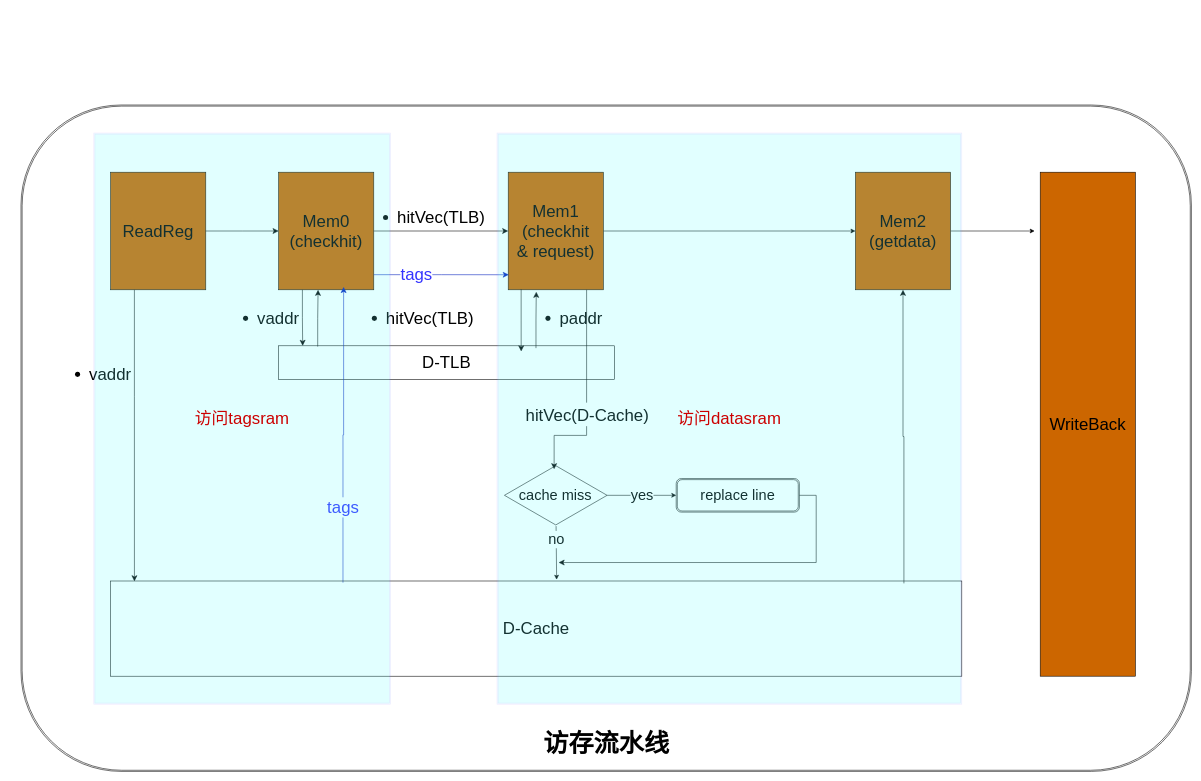
Before: doc/backend.drawio in NoAXI/NoAXI-LoongArch-CPU, a draw.io diagram. Source tidied: cells renumbered, new cells numbered last; positions are measured from the earlier drawing's top-left corner, leaving out a move shared by most shapes. Both pictures are drawn from the tidied source at 56%, with x=0, y=0 at pixel (10, 105).
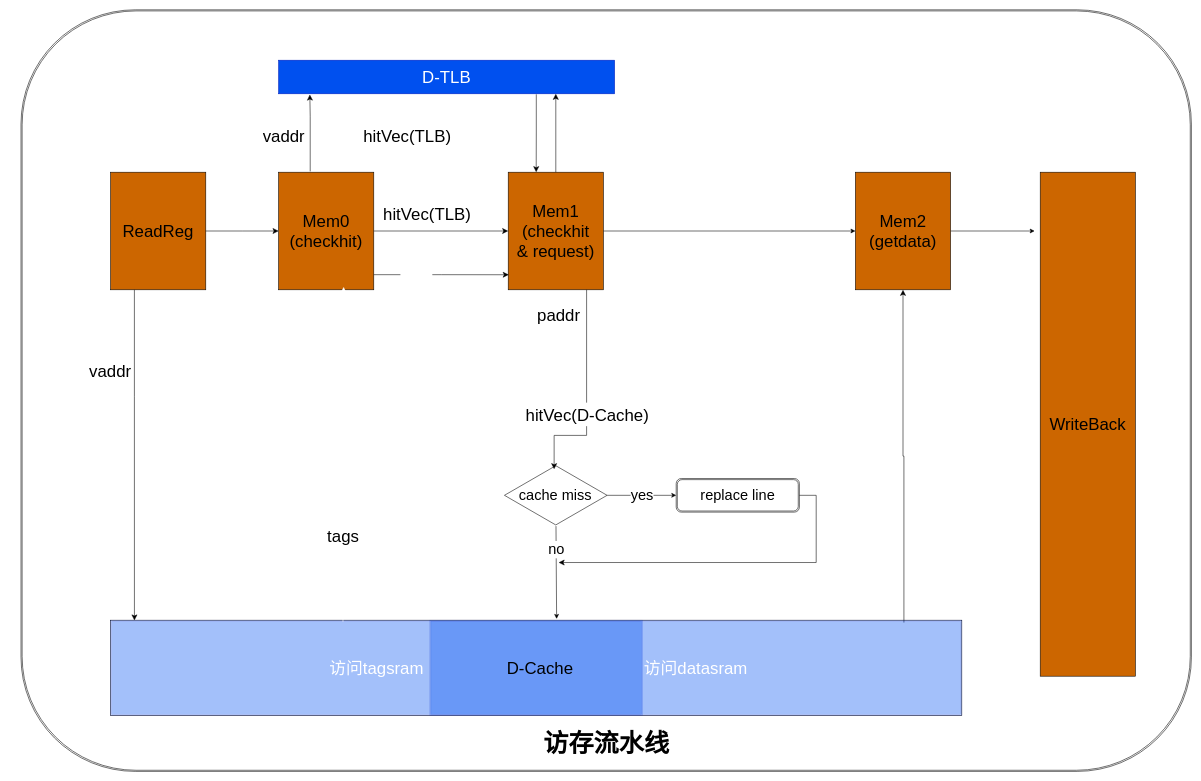
The same page after the edit.

Commit message (it also covers changes not shown here):
feat(memory): send vaddr to tlb, from readreg unit

Unchanged cells that the change refers to:
```xml
<mxCell id="6" value="Mem0&lt;br&gt;(checkhit)" style="rounded=0;whiteSpace=wrap;html=1;strokeColor=default;fontFamily=Helvetica;fontSize=30;fontColor=default;fillColor=#CC6600;gradientColor=none;" parent="1" vertex="1">
  <mxGeometry x="480" y="120" width="170" height="210" as="geometry" />
</mxCell>
<mxCell id="12" value="Mem1&lt;br&gt;(checkhit&lt;br&gt;&amp;amp; request)" style="rounded=0;whiteSpace=wrap;html=1;strokeColor=default;fontFamily=Helvetica;fontSize=30;fontColor=default;fillColor=#CC6600;gradientColor=none;" parent="1" vertex="1">
  <mxGeometry x="890" y="120" width="170" height="210" as="geometry" />
</mxCell>
```

What changed in the source:
```diff
@@
-    <mxCell id="2" style="shape=ext;double=1;rounded=1;whiteSpace=wrap;html=1;strokeColor=default;fontFamily=Helvetica;fontSize=30;fontColor=default;fillColor=default;" parent="1" vertex="1">
-      <mxGeometry x="20" width="2090" height="1190" as="geometry" />
+    <mxCell id="2" style="shape=ext;double=1;rounded=1;whiteSpace=wrap;html=1;fontFamily=Helvetica;fontSize=30;" parent="1" vertex="1">
+      <mxGeometry x="20" y="-170" width="2090" height="1360" as="geometry" />
     </mxCell>
+    <mxCell id="37" style="rounded=0;whiteSpace=wrap;html=1;fontSize=30;gradientColor=none;fillColor=none;" parent="1" vertex="1">
+      <mxGeometry x="180" y="920" width="1520" height="170" as="geometry" />
+    </mxCell>
+    <mxCell id="38" value="&lt;font color=&quot;#ffffff&quot;&gt;访问tagsram&lt;/font&gt;" style="shape=ext;double=1;rounded=0;whiteSpace=wrap;html=1;labelBackgroundColor=none;strokeColor=#001DBC;fontSize=30;fontColor=#ffffff;fillColor=#0050ef;opacity=20;" parent="1" vertex="1">
+      <mxGeometry x="180" y="920" width="950" height="170" as="geometry" />
+    </mxCell>
+    <mxCell id="40" style="edgeStyle=none;html=1;entryX=0.75;entryY=0;entryDx=0;entryDy=0;strokeColor=#FFFFFF;fontColor=default;exitX=0.212;exitY=1.038;exitDx=0;exitDy=0;exitPerimeter=0;" parent="1" edge="1" source="3" target="6">
+      <mxGeometry relative="1" as="geometry" />
+    </mxCell>
-    <mxCell id="3" value="D-TLB" style="rounded=0;whiteSpace=wrap;html=1;fontSize=30;" parent="1" vertex="1">
-      <mxGeometry x="480" y="430" width="600" height="60" as="geometry" />
+    <mxCell id="3" value="D-TLB" style="rounded=0;whiteSpace=wrap;html=1;fontSize=30;fillColor=#0050ef;fontColor=#ffffff;strokeColor=#001DBC;" parent="1" vertex="1">
+      <mxGeometry x="480" y="-80" width="600" height="60" as="geometry" />
     </mxCell>
-    <mxCell id="4" value="&lt;ul&gt;&lt;li&gt;hitVec(TLB)&lt;/li&gt;&lt;/ul&gt;" style="text;strokeColor=none;fillColor=none;html=1;whiteSpace=wrap;verticalAlign=middle;overflow=hidden;rounded=0;fontFamily=Helvetica;fontSize=30;fontColor=default;" parent="1" vertex="1">
-      <mxGeometry x="630" y="330" width="210" height="90" as="geometry" />
-    </mxCell>
@@
-    <mxCell id="7" style="edgeStyle=elbowEdgeStyle;elbow=vertical;endArrow=classic;html=1;curved=0;rounded=0;endSize=8;startSize=8;entryX=0.25;entryY=1;entryDx=0;entryDy=0;exitX=0.712;exitY=0.024;exitDx=0;exitDy=0;exitPerimeter=0;" parent="1" edge="1">
+    <mxCell id="7" style="edgeStyle=elbowEdgeStyle;elbow=vertical;endArrow=classic;html=1;curved=0;rounded=0;endSize=8;startSize=8;entryX=0.093;entryY=1.022;entryDx=0;entryDy=0;entryPerimeter=0;exitX=0.332;exitY=-0.007;exitDx=0;exitDy=0;exitPerimeter=0;" parent="1" edge="1" source="6" target="3">
       <mxGeometry relative="1" as="geometry">
-        <mxPoint x="549.8" y="431.4" as="sourcePoint" />
-        <mxPoint x="550.5" y="330" as="targetPoint" />
+        <Array as="points">
+          <mxPoint x="560" y="20" />
+          <mxPoint x="570" y="40" />
+          <mxPoint x="600" y="60" />
+        </Array>
       </mxGeometry>
     </mxCell>
-    <mxCell id="8" value="&lt;ul&gt;&lt;li&gt;vaddr&lt;/li&gt;&lt;/ul&gt;" style="text;strokeColor=none;fillColor=none;html=1;whiteSpace=wrap;verticalAlign=middle;overflow=hidden;rounded=0;fontFamily=Helvetica;fontSize=30;fontColor=default;" parent="1" vertex="1">
-      <mxGeometry x="400" y="330" width="130" height="90" as="geometry" />
-    </mxCell>
@@
-    <mxCell id="10" value="&lt;ul&gt;&lt;li&gt;hitVec(TLB)&lt;/li&gt;&lt;/ul&gt;" style="text;strokeColor=none;fillColor=none;html=1;whiteSpace=wrap;verticalAlign=middle;overflow=hidden;rounded=0;fontFamily=Helvetica;fontSize=30;fontColor=default;" parent="1" vertex="1">
-      <mxGeometry x="650" y="150" width="230" height="90" as="geometry" />
+    <mxCell id="10" value="hitVec(TLB)" style="text;strokeColor=none;fillColor=none;whiteSpace=wrap;verticalAlign=middle;overflow=hidden;rounded=0;fontFamily=Helvetica;fontSize=30;fontColor=default;html=1;" parent="1" vertex="1">
+      <mxGeometry x="665" y="150" width="230" height="90" as="geometry" />
     </mxCell>
@@
-    <mxCell id="19" value="&lt;ul&gt;&lt;li&gt;vaddr&lt;/li&gt;&lt;/ul&gt;" style="text;strokeColor=none;fillColor=none;html=1;whiteSpace=wrap;verticalAlign=middle;overflow=hidden;rounded=0;fontFamily=Helvetica;fontSize=30;fontColor=default;" parent="1" vertex="1">
-      <mxGeometry x="100" y="430" width="130" height="90" as="geometry" />
+    <mxCell id="19" value="vaddr" style="text;strokeColor=none;fillColor=none;whiteSpace=wrap;verticalAlign=middle;overflow=hidden;rounded=0;fontFamily=Helvetica;fontSize=30;fontColor=default;align=left;html=1;" parent="1" vertex="1">
+      <mxGeometry x="140" y="430" width="90" height="90" as="geometry" />
     </mxCell>
@@
-    <mxCell id="26" style="edgeStyle=elbowEdgeStyle;elbow=vertical;endArrow=classic;html=1;curved=0;rounded=0;endSize=8;startSize=8;fontSize=35;exitX=0.25;exitY=1;exitDx=0;exitDy=0;" parent="1" edge="1" source="6">
-      <mxGeometry relative="1" as="geometry">
-        <mxPoint x="523" y="430" as="targetPoint" />
-      </mxGeometry>
-    </mxCell>
-    <mxCell id="27" value="&lt;ul&gt;&lt;li&gt;paddr&lt;/li&gt;&lt;/ul&gt;" style="text;strokeColor=none;fillColor=none;html=1;whiteSpace=wrap;verticalAlign=middle;overflow=hidden;rounded=0;fontFamily=Helvetica;fontSize=30;fontColor=default;" parent="1" vertex="1">
+    <mxCell id="27" value="paddr" style="text;strokeColor=none;fillColor=none;whiteSpace=wrap;verticalAlign=middle;overflow=hidden;rounded=0;fontFamily=Helvetica;fontSize=30;fontColor=default;html=1;" parent="1" vertex="1">
       <mxGeometry x="940" y="330" width="120" height="90" as="geometry" />
     </mxCell>
-    <mxCell id="28" style="edgeStyle=elbowEdgeStyle;elbow=vertical;endArrow=classic;html=1;curved=0;rounded=0;endSize=8;startSize=8;fontSize=35;entryX=0.295;entryY=1.017;entryDx=0;entryDy=0;entryPerimeter=0;exitX=0.766;exitY=0.07;exitDx=0;exitDy=0;exitPerimeter=0;" parent="1" edge="1" source="3" target="12">
-      <mxGeometry relative="1" as="geometry" />
+    <mxCell id="28" style="edgeStyle=elbowEdgeStyle;elbow=vertical;endArrow=classic;html=1;curved=0;rounded=0;endSize=8;startSize=8;fontSize=35;exitX=0.767;exitY=1.016;exitDx=0;exitDy=0;exitPerimeter=0;" parent="1" edge="1" source="3">
+      <mxGeometry relative="1" as="geometry">
+        <mxPoint x="940" y="120" as="targetPoint" />
+      </mxGeometry>
     </mxCell>
-    <mxCell id="29" style="edgeStyle=elbowEdgeStyle;elbow=vertical;endArrow=classic;html=1;curved=0;rounded=0;endSize=8;startSize=8;fontSize=35;exitX=0.136;exitY=0.995;exitDx=0;exitDy=0;exitPerimeter=0;entryX=0.722;entryY=0.167;entryDx=0;entryDy=0;entryPerimeter=0;" parent="1" edge="1" source="12" target="3">
+    <mxCell id="29" style="edgeStyle=elbowEdgeStyle;elbow=vertical;endArrow=classic;html=1;curved=0;rounded=0;endSize=8;startSize=8;fontSize=35;exitX=0.5;exitY=0;exitDx=0;exitDy=0;entryX=0.825;entryY=1;entryDx=0;entryDy=0;entryPerimeter=0;" parent="1" edge="1" source="12" target="3">
       <mxGeometry relative="1" as="geometry" />
     </mxCell>
@@
-    <mxCell id="32" style="edgeStyle=elbowEdgeStyle;elbow=vertical;endArrow=classic;html=1;curved=0;rounded=0;endSize=8;startSize=8;fontSize=30;entryX=0.683;entryY=0.976;entryDx=0;entryDy=0;entryPerimeter=0;exitX=0.273;exitY=0.017;exitDx=0;exitDy=0;exitPerimeter=0;fillColor=#0050ef;strokeColor=#001DBC;" parent="1" edge="1" source="37" target="6">
+    <mxCell id="32" style="edgeStyle=elbowEdgeStyle;elbow=vertical;endArrow=classic;html=1;curved=0;rounded=0;endSize=8;startSize=8;fontSize=30;entryX=0.683;entryY=0.976;entryDx=0;entryDy=0;entryPerimeter=0;exitX=0.273;exitY=0.017;exitDx=0;exitDy=0;exitPerimeter=0;fillColor=#0050ef;strokeColor=#FFFFFF;" parent="1" edge="1" source="37" target="6">
       <mxGeometry relative="1" as="geometry" />
     </mxCell>
-    <mxCell id="33" value="&lt;font color=&quot;#3333ff&quot;&gt;tags&lt;/font&gt;" style="edgeLabel;html=1;align=center;verticalAlign=middle;fontSize=30;" parent="32" vertex="1">
+    <mxCell id="33" value="&lt;font&gt;tags&lt;/font&gt;" style="edgeLabel;html=1;align=center;verticalAlign=middle;fontSize=30;fontColor=default;" parent="32" vertex="1">
       <mxGeometry x="-0.49" relative="1" as="geometry" />
     </mxCell>
-    <mxCell id="34" style="edgeStyle=elbowEdgeStyle;elbow=horizontal;endArrow=classic;html=1;curved=0;rounded=0;endSize=8;startSize=8;fontSize=30;fontColor=#3333FF;entryX=0.006;entryY=0.872;entryDx=0;entryDy=0;entryPerimeter=0;fillColor=#0050ef;strokeColor=#001DBC;" parent="1" edge="1" target="12">
+    <mxCell id="34" style="edgeStyle=elbowEdgeStyle;elbow=horizontal;endArrow=classic;html=1;curved=0;rounded=0;endSize=8;startSize=8;fontSize=30;fontColor=#FFFFFF;entryX=0.006;entryY=0.872;entryDx=0;entryDy=0;entryPerimeter=0;fillColor=#0050ef;strokeColor=default;" parent="1" edge="1" target="12">
       <mxGeometry relative="1" as="geometry">
         <mxPoint x="650" y="303" as="sourcePoint" />
       </mxGeometry>
     </mxCell>
-    <mxCell id="35" value="tags" style="edgeLabel;html=1;align=center;verticalAlign=middle;fontSize=30;fontColor=#3333FF;" parent="34" vertex="1">
+    <mxCell id="35" value="tags" style="edgeLabel;html=1;align=center;verticalAlign=middle;fontSize=30;fontColor=#FFFFFF;" parent="34" vertex="1">
       <mxGeometry x="-0.38" y="2" relative="1" as="geometry" />
     </mxCell>
-    <mxCell id="36" style="group;" parent="1" vertex="1">
-      <mxGeometry y="850" width="1700" height="170" as="geometry" />
-    </mxCell>
-    <mxCell id="37" value="D-Cache" style="rounded=0;whiteSpace=wrap;html=1;fontSize=30;gradientColor=none;fillColor=none;" parent="36" vertex="1">
-      <mxGeometry x="180" width="1520" height="170" as="geometry" />
-    </mxCell>
-    <mxCell id="38" value="&lt;font color=&quot;#cc0000&quot;&gt;访问tagsram&lt;/font&gt;" style="shape=ext;double=1;rounded=0;whiteSpace=wrap;html=1;labelBackgroundColor=none;strokeColor=#7F00FF;fontSize=30;fontColor=#3333FF;fillColor=#66FFFF;gradientColor=none;opacity=10;" parent="1" vertex="1">
-      <mxGeometry x="150" y="50" width="530" height="1020" as="geometry" />
-    </mxCell>
+    <mxCell id="8" value="vaddr" style="text;strokeColor=none;fillColor=none;whiteSpace=wrap;verticalAlign=middle;overflow=hidden;rounded=0;fontFamily=Helvetica;fontSize=30;fontColor=default;align=left;html=1;" parent="1" vertex="1">
+      <mxGeometry x="450" y="10" width="90" height="90" as="geometry" />
+    </mxCell>
+    <mxCell id="4" value="&lt;font style=&quot;font-size: 30px;&quot;&gt;hitVec(TLB)&lt;/font&gt;" style="text;html=1;strokeColor=none;fillColor=none;align=center;verticalAlign=middle;whiteSpace=wrap;overflow=hidden;labelBackgroundColor=none;fontColor=default;" parent="1" vertex="1">
+      <mxGeometry x="610" y="25" width="200" height="60" as="geometry" />
+    </mxCell>
-    <mxCell id="39" value="&lt;font color=&quot;#cc0000&quot;&gt;访问datasram&lt;/font&gt;" style="shape=ext;double=1;rounded=0;whiteSpace=wrap;html=1;labelBackgroundColor=none;strokeColor=#7F00FF;fontSize=30;fontColor=#3333FF;fillColor=#66FFFF;gradientColor=none;opacity=10;" parent="1" vertex="1">
-      <mxGeometry x="870" y="50" width="830" height="1020" as="geometry" />
+    <mxCell id="39" value="&lt;font color=&quot;#ffffff&quot;&gt;访问datasram&lt;/font&gt;" style="shape=ext;double=1;rounded=0;whiteSpace=wrap;html=1;labelBackgroundColor=none;strokeColor=#001DBC;fontSize=30;fontColor=#ffffff;fillColor=#0050ef;opacity=20;" parent="1" vertex="1">
+      <mxGeometry x="750" y="920" width="950" height="170" as="geometry" />
     </mxCell>
+    <mxCell id="41" value="D-Cache" style="text;html=1;strokeColor=none;fillColor=none;align=center;verticalAlign=middle;whiteSpace=wrap;rounded=0;labelBackgroundColor=none;fontSize=30;fontColor=default;opacity=20;" parent="1" vertex="1">
+      <mxGeometry x="826.7" y="970" width="240" height="70" as="geometry" />
+    </mxCell>
```
